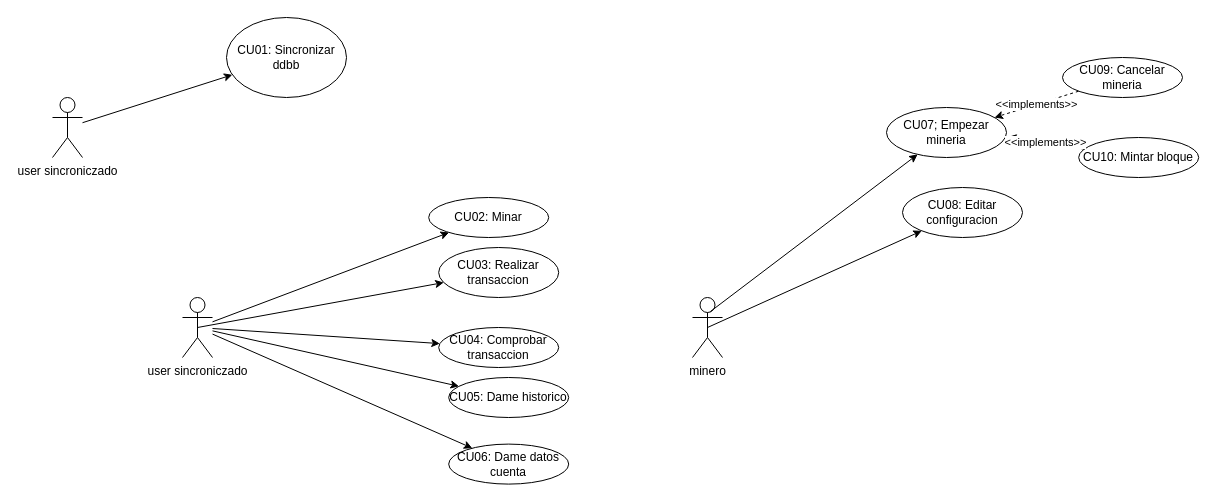
This is documentacion/draw/tfm/DCU.drawio from jeromflo/sparrow-coin, a draw.io file, before an edit. Source tidied: cells renumbered, new cells numbered last; positions are measured from the earlier drawing's top-left corner, leaving out a move shared by most shapes. Both pictures are drawn from the tidied source at 100%, with x=0, y=0 at pixel (52, 17).
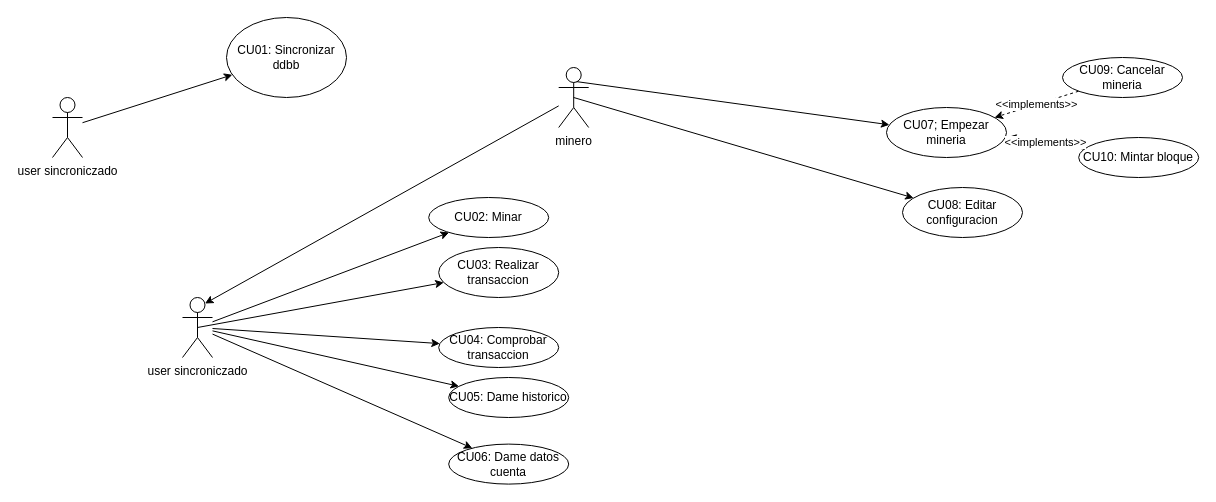
After the change.

Unchanged cells that the change refers to:
```xml
<mxCell id="2" value="user sincroniczado" style="shape=umlActor;verticalLabelPosition=bottom;verticalAlign=top;html=1;outlineConnect=0;" parent="1" vertex="1">
  <mxGeometry x="130" y="280" width="30" height="60" as="geometry" />
</mxCell>
```

Change to the diagram source:
```diff
@@
     <mxCell id="13" value="minero" style="shape=umlActor;verticalLabelPosition=bottom;verticalAlign=top;html=1;outlineConnect=0;" parent="1" vertex="1">
-      <mxGeometry x="640" y="280" width="30" height="60" as="geometry" />
+      <mxGeometry x="506.2" y="50" width="30" height="60" as="geometry" />
     </mxCell>
@@
+    <mxCell id="25" style="endArrow=classic;html=1;rounded=0;entryX=0.75;entryY=0.1;entryDx=0;entryDy=0;entryPerimeter=0;" parent="1" edge="1" source="13" target="2">
+      <mxGeometry relative="1" as="geometry" />
+    </mxCell>
```
